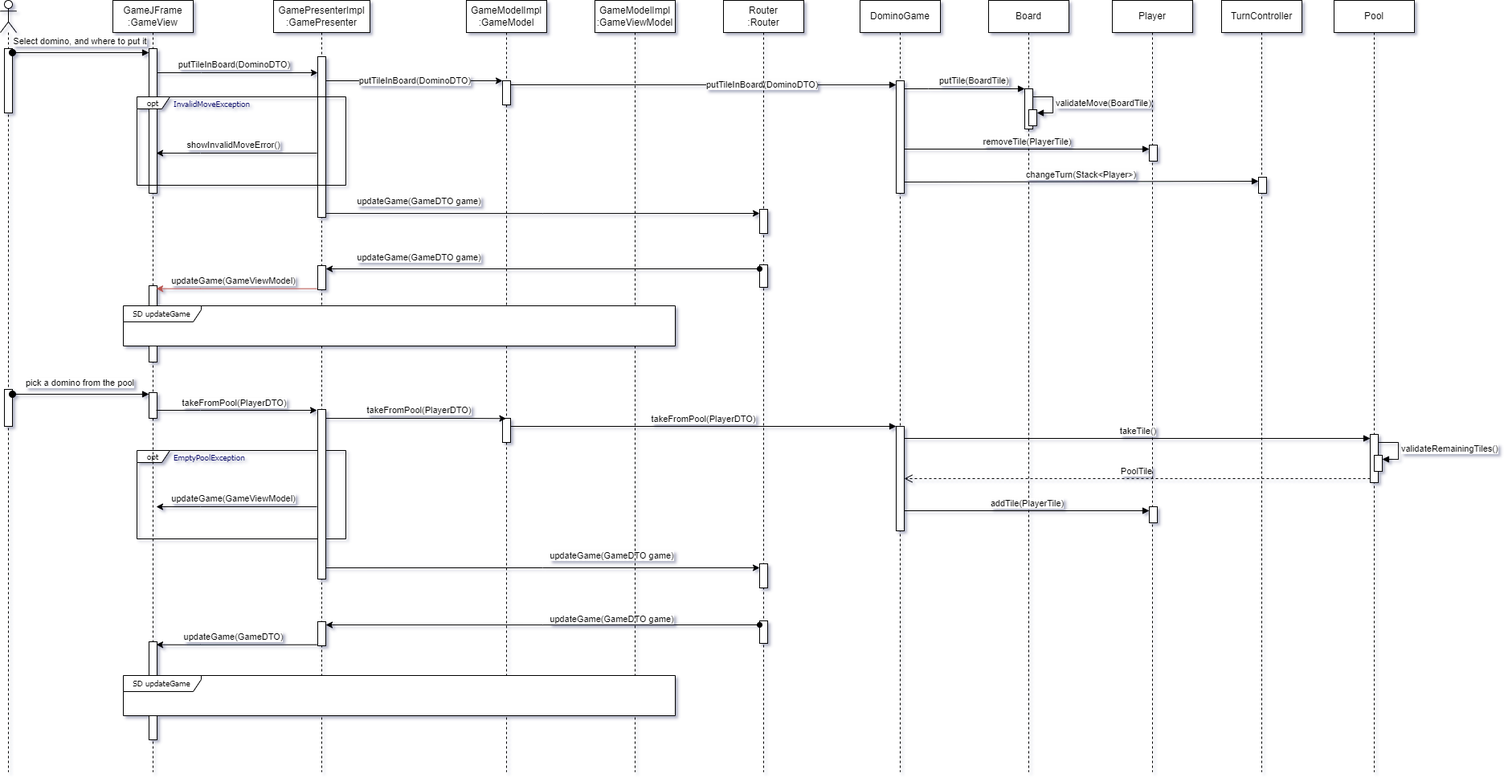
This is docs/imgs/SD_ejercer_turno.png from SilverFlin/DominosPizza, a draw.io export, as it was before one commit. Source tidied: cells renumbered, new cells last; positions are measured from the earlier drawing's top-left corner, leaving out a move shared by most shapes.
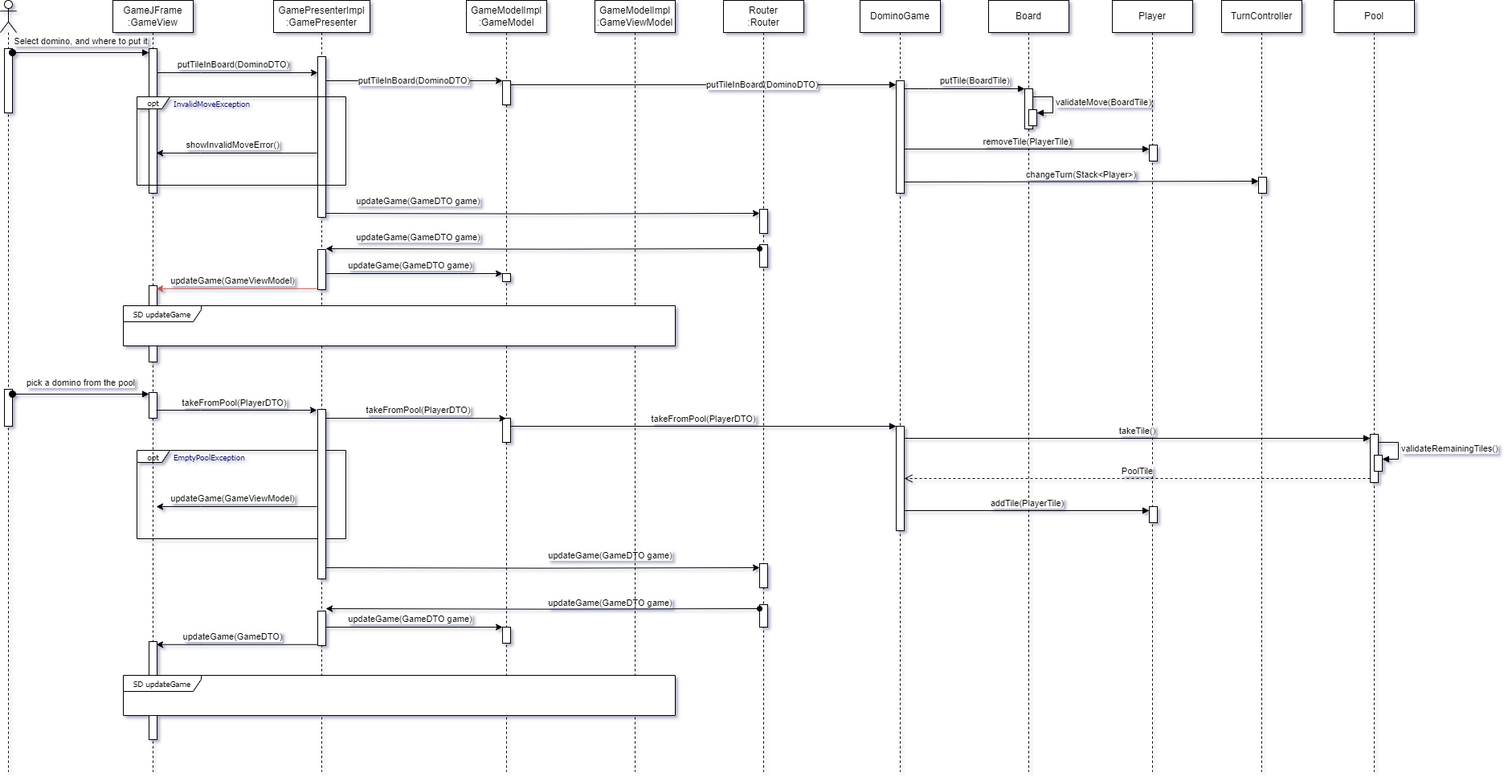
Above is the later version.

Commit message:
docs: update ejercer turno

The edit, as a diff of the source:
```diff
@@ -2,33 +2,6 @@
   <root>
     <mxCell id="0" />
     <mxCell id="1" parent="0" />
-    <mxCell id="2" value="opt" style="shape=umlFrame;whiteSpace=wrap;html=1;fontFamily=Tahoma;fontSize=10;align=center;width=41;height=15;" parent="1" vertex="1">
-      <mxGeometry x="170" y="560" width="260" height="110" as="geometry" />
-    </mxCell>
-    <mxCell id="3" value="GameJFrame&lt;br&gt;:GameView" style="shape=umlLifeline;perimeter=lifelinePerimeter;whiteSpace=wrap;html=1;newEdgeStyle={&quot;curved&quot;:0,&quot;rounded&quot;:0};" parent="1" vertex="1">
-      <mxGeometry x="140" width="100" height="960" as="geometry" />
-    </mxCell>
-    <mxCell id="4" style="html=1;points=[[0,0,0,0,5],[0,1,0,0,-5],[1,0,0,0,5],[1,1,0,0,-5]];perimeter=orthogonalPerimeter;outlineConnect=0;targetShapes=umlLifeline;portConstraint=eastwest;newEdgeStyle={&quot;curved&quot;:0,&quot;rounded&quot;:0};" parent="3" vertex="1">
-      <mxGeometry x="45" y="60" width="10" height="180" as="geometry" />
-    </mxCell>
-    <mxCell id="5" style="html=1;perimeter=orthogonalPerimeter;targetShapes=umlLifeline;newEdgeStyle={&quot;curved&quot;:0,&quot;rounded&quot;:0};" parent="3" vertex="1">
-      <mxGeometry x="45" y="355" width="10" height="95" as="geometry" />
-    </mxCell>
-    <mxCell id="6" style="html=1;perimeter=orthogonalPerimeter;targetShapes=umlLifeline;newEdgeStyle={&quot;curved&quot;:0,&quot;rounded&quot;:0};" parent="3" vertex="1">
-      <mxGeometry x="45" y="488" width="10" height="32" as="geometry" />
-    </mxCell>
-    <mxCell id="7" style="shape=umlLifeline;perimeter=lifelinePerimeter;whiteSpace=wrap;html=1;newEdgeStyle={&quot;curved&quot;:0,&quot;rounded&quot;:0};participant=umlActor;" parent="1" vertex="1">
-      <mxGeometry width="20" height="960" as="geometry" />
-    </mxCell>
-    <mxCell id="8" style="html=1;points=[[0,0,0,0,5],[0,1,0,0,-5],[1,0,0,0,5],[1,1,0,0,-5]];perimeter=orthogonalPerimeter;outlineConnect=0;targetShapes=umlLifeline;portConstraint=eastwest;newEdgeStyle={&quot;curved&quot;:0,&quot;rounded&quot;:0};" parent="7" vertex="1">
-      <mxGeometry x="5" y="60" width="10" height="80" as="geometry" />
-    </mxCell>
-    <mxCell id="9" style="html=1;perimeter=orthogonalPerimeter;targetShapes=umlLifeline;newEdgeStyle={&quot;curved&quot;:0,&quot;rounded&quot;:0};" parent="7" vertex="1">
-      <mxGeometry x="5" y="484" width="10" height="46" as="geometry" />
-    </mxCell>
-    <mxCell id="10" value="Select domino, and where to put it" style="html=1;verticalAlign=bottom;startArrow=oval;endArrow=block;startSize=8;curved=0;rounded=0;entryX=0;entryY=0;entryDx=0;entryDy=5;" parent="1" edge="1" source="8" target="4">
-      <mxGeometry y="5" relative="1" as="geometry" />
-    </mxCell>
     <mxCell id="11" value="validate domino numbers" style="edgeStyle=orthogonalEdgeStyle;rounded=0;orthogonalLoop=1;jettySize=auto;html=1;curved=0;" parent="1" edge="1">
       <mxGeometry x="0.19" y="10" relative="1" as="geometry">
         <mxPoint x="335" y="90.1" as="sourcePoint" />
@@ -261,15 +234,42 @@
         <mxPoint x="-24" y="-7" as="offset" />
       </mxGeometry>
     </mxCell>
+    <mxCell id="2" value="opt" style="shape=umlFrame;whiteSpace=wrap;html=1;fontFamily=Tahoma;fontSize=10;align=center;width=41;height=15;" parent="1" vertex="1">
+      <mxGeometry x="170" y="560" width="260" height="110" as="geometry" />
+    </mxCell>
+    <mxCell id="3" value="GameJFrame&lt;br&gt;:GameView" style="shape=umlLifeline;perimeter=lifelinePerimeter;whiteSpace=wrap;html=1;newEdgeStyle={&quot;curved&quot;:0,&quot;rounded&quot;:0};" parent="1" vertex="1">
+      <mxGeometry x="140" width="100" height="960" as="geometry" />
+    </mxCell>
+    <mxCell id="4" style="html=1;points=[[0,0,0,0,5],[0,1,0,0,-5],[1,0,0,0,5],[1,1,0,0,-5]];perimeter=orthogonalPerimeter;outlineConnect=0;targetShapes=umlLifeline;portConstraint=eastwest;newEdgeStyle={&quot;curved&quot;:0,&quot;rounded&quot;:0};" parent="3" vertex="1">
+      <mxGeometry x="45" y="60" width="10" height="180" as="geometry" />
+    </mxCell>
+    <mxCell id="5" style="html=1;perimeter=orthogonalPerimeter;targetShapes=umlLifeline;newEdgeStyle={&quot;curved&quot;:0,&quot;rounded&quot;:0};" parent="3" vertex="1">
+      <mxGeometry x="45" y="355" width="10" height="95" as="geometry" />
+    </mxCell>
+    <mxCell id="6" style="html=1;perimeter=orthogonalPerimeter;targetShapes=umlLifeline;newEdgeStyle={&quot;curved&quot;:0,&quot;rounded&quot;:0};" parent="3" vertex="1">
+      <mxGeometry x="45" y="488" width="10" height="32" as="geometry" />
+    </mxCell>
+    <mxCell id="7" style="shape=umlLifeline;perimeter=lifelinePerimeter;whiteSpace=wrap;html=1;newEdgeStyle={&quot;curved&quot;:0,&quot;rounded&quot;:0};participant=umlActor;" parent="1" vertex="1">
+      <mxGeometry width="20" height="960" as="geometry" />
+    </mxCell>
+    <mxCell id="8" style="html=1;points=[[0,0,0,0,5],[0,1,0,0,-5],[1,0,0,0,5],[1,1,0,0,-5]];perimeter=orthogonalPerimeter;outlineConnect=0;targetShapes=umlLifeline;portConstraint=eastwest;newEdgeStyle={&quot;curved&quot;:0,&quot;rounded&quot;:0};" parent="7" vertex="1">
+      <mxGeometry x="5" y="60" width="10" height="80" as="geometry" />
+    </mxCell>
+    <mxCell id="9" style="html=1;perimeter=orthogonalPerimeter;targetShapes=umlLifeline;newEdgeStyle={&quot;curved&quot;:0,&quot;rounded&quot;:0};" parent="7" vertex="1">
+      <mxGeometry x="5" y="484" width="10" height="46" as="geometry" />
+    </mxCell>
+    <mxCell id="10" value="Select domino, and where to put it" style="html=1;verticalAlign=bottom;startArrow=oval;endArrow=block;startSize=8;curved=0;rounded=0;entryX=0;entryY=0;entryDx=0;entryDy=5;" parent="1" edge="1" source="8" target="4">
+      <mxGeometry y="5" relative="1" as="geometry" />
+    </mxCell>
     <mxCell id="38" value="GamePresenterImpl&lt;br&gt;:GamePresenter" style="shape=umlLifeline;perimeter=lifelinePerimeter;whiteSpace=wrap;html=1;newEdgeStyle={&quot;curved&quot;:0,&quot;rounded&quot;:0};" parent="1" vertex="1">
       <mxGeometry x="340" width="120" height="960" as="geometry" />
     </mxCell>
     <mxCell id="39" style="html=1;points=[[0,0,0,0,5],[0,1,0,0,-5],[1,0,0,0,5],[1,1,0,0,-5]];perimeter=orthogonalPerimeter;outlineConnect=0;targetShapes=umlLifeline;portConstraint=eastwest;newEdgeStyle={&quot;curved&quot;:0,&quot;rounded&quot;:0};" parent="38" vertex="1">
       <mxGeometry x="55" y="70" width="10" height="200" as="geometry" />
     </mxCell>
-    <mxCell id="40" style="html=1;perimeter=orthogonalPerimeter;targetShapes=umlLifeline;newEdgeStyle={&quot;curved&quot;:0,&quot;rounded&quot;:0};" parent="38" vertex="1">
-      <mxGeometry x="55" y="330" width="10" height="30" as="geometry" />
-    </mxCell>
+    <mxCell id="96" style="html=1;perimeter=orthogonalPerimeter;targetShapes=umlLifeline;newEdgeStyle={&quot;curved&quot;:0,&quot;rounded&quot;:0};" parent="38" vertex="1">
+      <mxGeometry x="55" y="310" width="10" height="50" as="geometry" />
+    </mxCell>
     <mxCell id="41" style="html=1;perimeter=orthogonalPerimeter;targetShapes=umlLifeline;newEdgeStyle={&quot;curved&quot;:0,&quot;rounded&quot;:0};" parent="38" vertex="1">
       <mxGeometry x="55" y="509" width="10" height="211" as="geometry" />
     </mxCell>
@@ -330,36 +330,36 @@
         </Array>
       </mxGeometry>
     </mxCell>
-    <mxCell id="51" value="updateGame(GameDTO game)" style="edgeStyle=orthogonalEdgeStyle;rounded=0;jettySize=auto;html=1;curved=0;exitX=0.052;exitY=0.528;exitDx=0;exitDy=0;exitPerimeter=0;entryX=0;entryY=0;entryDx=0;entryDy=5;entryPerimeter=0;" parent="1" edge="1" target="46">
-      <mxGeometry x="-0.57" y="15" relative="1" as="geometry">
-        <mxPoint x="405" y="265" as="sourcePoint" />
-      </mxGeometry>
-    </mxCell>
-    <mxCell id="52" style="html=1;points=[[0,0,0,0,5],[0,1,0,0,-5],[1,0,0,0,5],[1,1,0,0,-5]];perimeter=orthogonalPerimeter;outlineConnect=0;targetShapes=umlLifeline;portConstraint=eastwest;newEdgeStyle={&quot;curved&quot;:0,&quot;rounded&quot;:0};" parent="1" vertex="1">
-      <mxGeometry x="945" y="329" width="10" height="28" as="geometry" />
-    </mxCell>
-    <mxCell id="53" value="updateGame(GameDTO game)" style="edgeStyle=orthogonalEdgeStyle;rounded=0;jettySize=auto;html=1;curved=0;exitX=0.052;exitY=0.528;exitDx=0;exitDy=0;exitPerimeter=0;entryX=0;entryY=0;entryDx=0;entryDy=5;entryPerimeter=0;startArrow=classic;startFill=1;endArrow=oval;endFill=1;" parent="1" edge="1" target="52">
-      <mxGeometry x="-0.57" y="14" relative="1" as="geometry">
-        <mxPoint x="405" y="334" as="sourcePoint" />
-      </mxGeometry>
-    </mxCell>
+    <mxCell id="97" value="updateGame(GameDTO game)" style="edgeStyle=orthogonalEdgeStyle;rounded=0;jettySize=auto;html=1;curved=0;exitX=0.052;exitY=0.528;exitDx=0;exitDy=0;exitPerimeter=0;entryX=0;entryY=0;entryDx=0;entryDy=5;entryPerimeter=0;" parent="1" edge="1" target="46">
+      <mxGeometry x="-0.57" y="15" relative="1" as="geometry">
+        <mxPoint x="405" y="265" as="sourcePoint" />
+      </mxGeometry>
+    </mxCell>
+    <mxCell id="98" style="html=1;points=[[0,0,0,0,5],[0,1,0,0,-5],[1,0,0,0,5],[1,1,0,0,-5]];perimeter=orthogonalPerimeter;outlineConnect=0;targetShapes=umlLifeline;portConstraint=eastwest;newEdgeStyle={&quot;curved&quot;:0,&quot;rounded&quot;:0};" parent="1" vertex="1">
+      <mxGeometry x="945" y="304" width="10" height="28" as="geometry" />
+    </mxCell>
+    <mxCell id="99" value="updateGame(GameDTO game)" style="edgeStyle=orthogonalEdgeStyle;rounded=0;jettySize=auto;html=1;curved=0;exitX=0.052;exitY=0.528;exitDx=0;exitDy=0;exitPerimeter=0;entryX=0;entryY=0;entryDx=0;entryDy=5;entryPerimeter=0;startArrow=classic;startFill=1;endArrow=oval;endFill=1;" parent="1" edge="1" target="98">
+      <mxGeometry x="-0.57" y="14" relative="1" as="geometry">
+        <mxPoint x="405" y="309" as="sourcePoint" />
+      </mxGeometry>
+    </mxCell>
     <mxCell id="54" value="pick a domino from the pool" style="html=1;verticalAlign=bottom;startArrow=oval;endArrow=block;startSize=8;curved=0;rounded=0;entryX=0;entryY=0;entryDx=0;entryDy=5;" parent="1" edge="1">
       <mxGeometry y="5" relative="1" as="geometry">
         <mxPoint x="15" y="490" as="sourcePoint" />
         <mxPoint x="185" y="490" as="targetPoint" />
       </mxGeometry>
     </mxCell>
-    <mxCell id="55" style="edgeStyle=orthogonalEdgeStyle;rounded=0;orthogonalLoop=1;jettySize=auto;html=1;curved=0;" parent="1" edge="1">
-      <mxGeometry x="-0.05" y="10" relative="1" as="geometry">
-        <mxPoint x="194" y="510" as="sourcePoint" />
-        <mxPoint x="394" y="510" as="targetPoint" />
-        <Array as="points">
-          <mxPoint x="249" y="510" />
-          <mxPoint x="249" y="510" />
-        </Array>
-      </mxGeometry>
-    </mxCell>
+    <mxCell id="100" style="edgeStyle=orthogonalEdgeStyle;rounded=0;orthogonalLoop=1;jettySize=auto;html=1;curved=0;" parent="1" edge="1">
+      <mxGeometry x="-0.05" y="10" relative="1" as="geometry">
+        <mxPoint x="194" y="510" as="sourcePoint" />
+        <mxPoint x="394" y="510" as="targetPoint" />
+        <Array as="points">
+          <mxPoint x="249" y="510" />
+          <mxPoint x="249" y="510" />
+        </Array>
+      </mxGeometry>
+    </mxCell>
-    <mxCell id="56" value="takeFromPool(PlayerDTO)" style="edgeLabel;html=1;align=center;verticalAlign=middle;" parent="55" vertex="1">
+    <mxCell id="56" value="takeFromPool(PlayerDTO)" style="edgeLabel;html=1;align=center;verticalAlign=middle;" parent="100" vertex="1">
       <mxGeometry x="-0.15" y="3" relative="1" as="geometry">
         <mxPoint x="11" y="-7" as="offset" />
       </mxGeometry>
@@ -379,17 +379,17 @@
     <mxCell id="59" style="html=1;points=[[0,0,0,0,5],[0,1,0,0,-5],[1,0,0,0,5],[1,1,0,0,-5]];perimeter=orthogonalPerimeter;outlineConnect=0;targetShapes=umlLifeline;portConstraint=eastwest;newEdgeStyle={&quot;curved&quot;:0,&quot;rounded&quot;:0};" parent="1" vertex="1">
       <mxGeometry x="945" y="701" width="10" height="30" as="geometry" />
     </mxCell>
-    <mxCell id="60" value="updateGame(GameDTO game)" style="edgeStyle=orthogonalEdgeStyle;rounded=0;jettySize=auto;html=1;curved=0;exitX=0.052;exitY=0.528;exitDx=0;exitDy=0;exitPerimeter=0;entryX=0;entryY=0;entryDx=0;entryDy=5;entryPerimeter=0;" parent="1" edge="1" target="59">
-      <mxGeometry x="0.31" y="15" relative="1" as="geometry">
-        <mxPoint x="405" y="706" as="sourcePoint" />
-      </mxGeometry>
-    </mxCell>
+    <mxCell id="101" value="updateGame(GameDTO game)" style="edgeStyle=orthogonalEdgeStyle;rounded=0;jettySize=auto;html=1;curved=0;exitX=0.052;exitY=0.528;exitDx=0;exitDy=0;exitPerimeter=0;entryX=0;entryY=0;entryDx=0;entryDy=5;entryPerimeter=0;" parent="1" edge="1" target="59">
+      <mxGeometry x="0.31" y="15" relative="1" as="geometry">
+        <mxPoint x="405" y="706" as="sourcePoint" />
+      </mxGeometry>
+    </mxCell>
     <mxCell id="61" style="html=1;perimeter=orthogonalPerimeter;targetShapes=umlLifeline;newEdgeStyle={&quot;curved&quot;:0,&quot;rounded&quot;:0};" parent="1" vertex="1">
       <mxGeometry x="185" y="798" width="10" height="122" as="geometry" />
     </mxCell>
-    <mxCell id="62" style="html=1;perimeter=orthogonalPerimeter;targetShapes=umlLifeline;newEdgeStyle={&quot;curved&quot;:0,&quot;rounded&quot;:0};" parent="1" vertex="1">
-      <mxGeometry x="395" y="773" width="10" height="30" as="geometry" />
-    </mxCell>
+    <mxCell id="102" style="html=1;perimeter=orthogonalPerimeter;targetShapes=umlLifeline;newEdgeStyle={&quot;curved&quot;:0,&quot;rounded&quot;:0};" parent="1" vertex="1">
+      <mxGeometry x="395" y="760" width="10" height="43" as="geometry" />
+    </mxCell>
     <mxCell id="63" value="updateGame(GameDTO)" style="edgeStyle=orthogonalEdgeStyle;rounded=0;orthogonalLoop=1;jettySize=auto;html=1;curved=0;startArrow=classic;startFill=1;endArrow=none;endFill=0;" parent="1" edge="1">
       <mxGeometry x="-0.05" y="10" relative="1" as="geometry">
         <mxPoint x="194" y="801.7" as="sourcePoint" />
@@ -400,14 +400,14 @@
         </Array>
       </mxGeometry>
     </mxCell>
-    <mxCell id="64" style="html=1;points=[[0,0,0,0,5],[0,1,0,0,-5],[1,0,0,0,5],[1,1,0,0,-5]];perimeter=orthogonalPerimeter;outlineConnect=0;targetShapes=umlLifeline;portConstraint=eastwest;newEdgeStyle={&quot;curved&quot;:0,&quot;rounded&quot;:0};" parent="1" vertex="1">
-      <mxGeometry x="945" y="772" width="10" height="28" as="geometry" />
-    </mxCell>
-    <mxCell id="65" value="updateGame(GameDTO game)" style="edgeStyle=orthogonalEdgeStyle;rounded=0;jettySize=auto;html=1;curved=0;exitX=0.052;exitY=0.528;exitDx=0;exitDy=0;exitPerimeter=0;entryX=0;entryY=0;entryDx=0;entryDy=5;entryPerimeter=0;startArrow=classic;startFill=1;endArrow=oval;endFill=1;" parent="1" edge="1" target="64">
-      <mxGeometry x="0.31" y="7" relative="1" as="geometry">
-        <mxPoint x="405" y="777" as="sourcePoint" />
-      </mxGeometry>
-    </mxCell>
+    <mxCell id="103" style="html=1;points=[[0,0,0,0,5],[0,1,0,0,-5],[1,0,0,0,5],[1,1,0,0,-5]];perimeter=orthogonalPerimeter;outlineConnect=0;targetShapes=umlLifeline;portConstraint=eastwest;newEdgeStyle={&quot;curved&quot;:0,&quot;rounded&quot;:0};" parent="1" vertex="1">
+      <mxGeometry x="945" y="752" width="10" height="28" as="geometry" />
+    </mxCell>
+    <mxCell id="104" value="updateGame(GameDTO game)" style="edgeStyle=orthogonalEdgeStyle;rounded=0;jettySize=auto;html=1;curved=0;exitX=0.052;exitY=0.528;exitDx=0;exitDy=0;exitPerimeter=0;entryX=0;entryY=0;entryDx=0;entryDy=5;entryPerimeter=0;startArrow=classic;startFill=1;endArrow=oval;endFill=1;" parent="1" edge="1" target="103">
+      <mxGeometry x="0.31" y="7" relative="1" as="geometry">
+        <mxPoint x="405" y="757" as="sourcePoint" />
+      </mxGeometry>
+    </mxCell>
     <mxCell id="66" value="DominoGame" style="shape=umlLifeline;perimeter=lifelinePerimeter;whiteSpace=wrap;html=1;newEdgeStyle={&quot;curved&quot;:0,&quot;rounded&quot;:0};" parent="1" vertex="1">
       <mxGeometry x="1070" width="100" height="960" as="geometry" />
     </mxCell>
@@ -533,5 +533,29 @@
     <mxCell id="95" value="EmptyPoolException" style="text;html=1;align=left;verticalAlign=top;spacingTop=-4;fontSize=10;fontFamily=Tahoma;fontColor=#000066;" parent="1" vertex="1">
       <mxGeometry x="213.6" y="560" width="110" height="20" as="geometry" />
     </mxCell>
+    <mxCell id="105" style="html=1;points=[[0,0,0,0,5],[0,1,0,0,-5],[1,0,0,0,5],[1,1,0,0,-5]];perimeter=orthogonalPerimeter;outlineConnect=0;targetShapes=umlLifeline;portConstraint=eastwest;newEdgeStyle={&quot;curved&quot;:0,&quot;rounded&quot;:0};" parent="1" vertex="1">
+      <mxGeometry x="625" y="340" width="10" height="10" as="geometry" />
+    </mxCell>
+    <mxCell id="106" value="updateGame(GameDTO game)" style="edgeStyle=orthogonalEdgeStyle;rounded=0;jettySize=auto;html=1;curved=0;" parent="1" edge="1" target="105">
+      <mxGeometry x="-0.05" y="10" relative="1" as="geometry">
+        <mxPoint x="405" y="340" as="sourcePoint" />
+        <Array as="points">
+          <mxPoint x="570" y="340" />
+          <mxPoint x="570" y="340" />
+        </Array>
+      </mxGeometry>
+    </mxCell>
+    <mxCell id="107" style="html=1;points=[[0,0,0,0,5],[0,1,0,0,-5],[1,0,0,0,5],[1,1,0,0,-5]];perimeter=orthogonalPerimeter;outlineConnect=0;targetShapes=umlLifeline;portConstraint=eastwest;newEdgeStyle={&quot;curved&quot;:0,&quot;rounded&quot;:0};" parent="1" vertex="1">
+      <mxGeometry x="625" y="780" width="10" height="20" as="geometry" />
+    </mxCell>
+    <mxCell id="108" value="updateGame(GameDTO game)" style="edgeStyle=orthogonalEdgeStyle;rounded=0;jettySize=auto;html=1;curved=0;" parent="1" edge="1" target="107">
+      <mxGeometry x="-0.05" y="10" relative="1" as="geometry">
+        <mxPoint x="405" y="780" as="sourcePoint" />
+        <Array as="points">
+          <mxPoint x="570" y="780" />
+          <mxPoint x="570" y="780" />
+        </Array>
+      </mxGeometry>
+    </mxCell>
   </root>
 </mxGraphModel>
```
